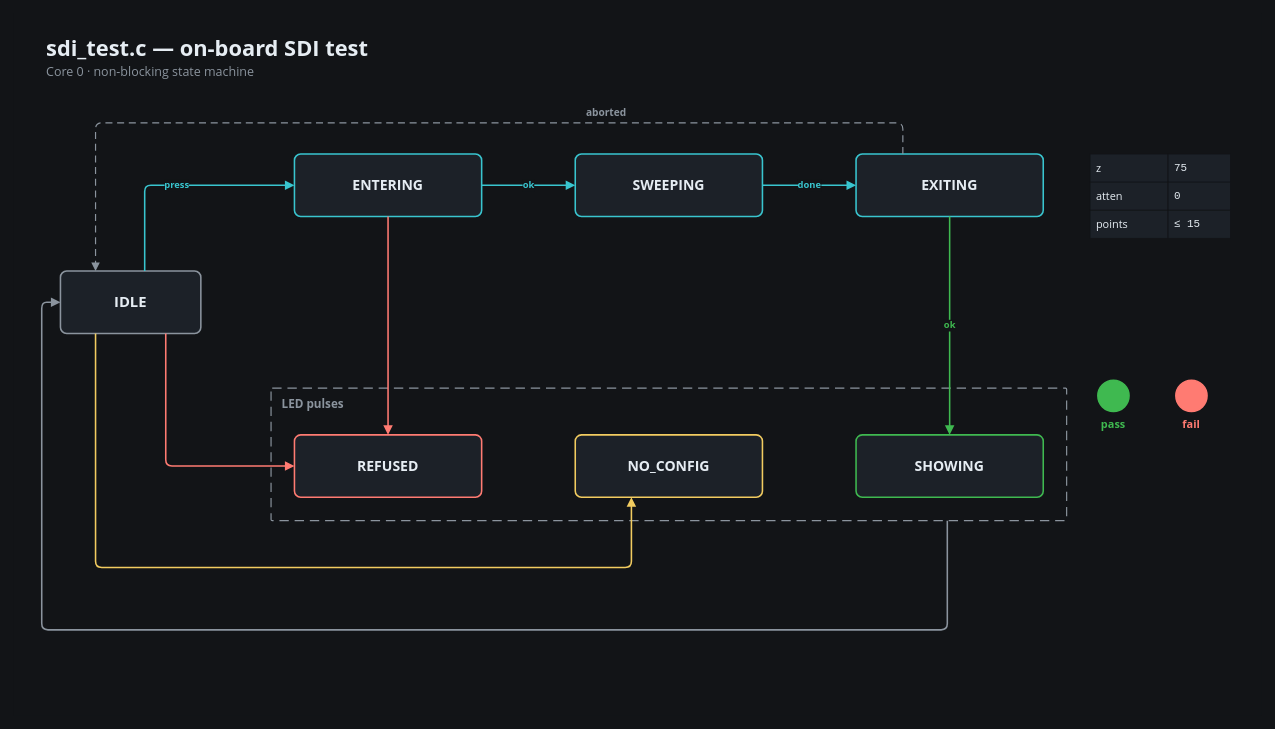
Earlier version of the draw.io diagram docs/presentation/diagrams/code-15-sdi-test.drawio (ml3rc/SNA). Source tidied: cells renumbered, new cells numbered last; positions are measured from the earlier drawing's top-left corner, leaving out a move shared by most shapes. Both pictures are drawn from the tidied source at 78%, with x=0, y=0 at pixel (13, 13).
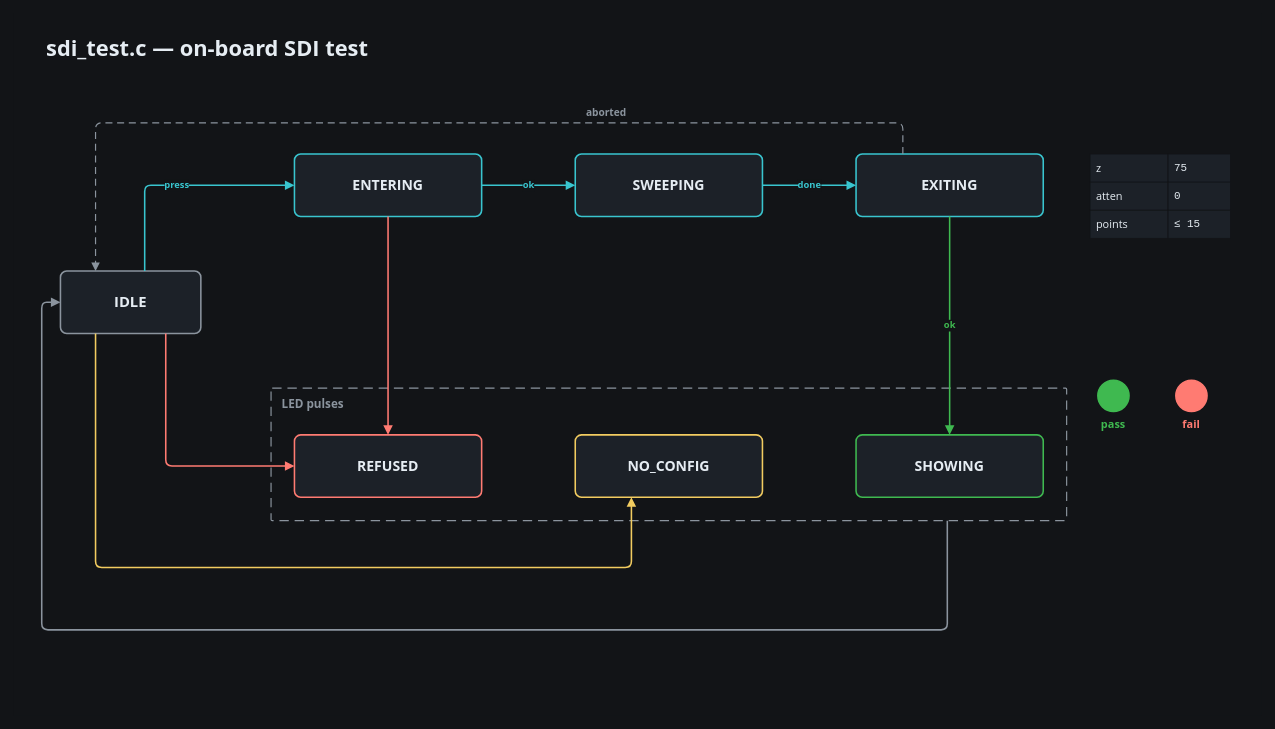
The same page after the edit.

Change to the diagram source:
```diff
@@
-    <mxCell id="5" value="Core 0 · non-blocking state machine" style="text;html=1;whiteSpace=wrap;strokeColor=none;fillColor=none;fontColor=#8B949E;fontFamily=Segoe UI;fontSize=16;fontStyle=0;align=left;verticalAlign=middle;" parent="1" vertex="1">
-      <mxGeometry x="40" y="62" width="1520" height="26" as="geometry" />
-    </mxCell>
```
